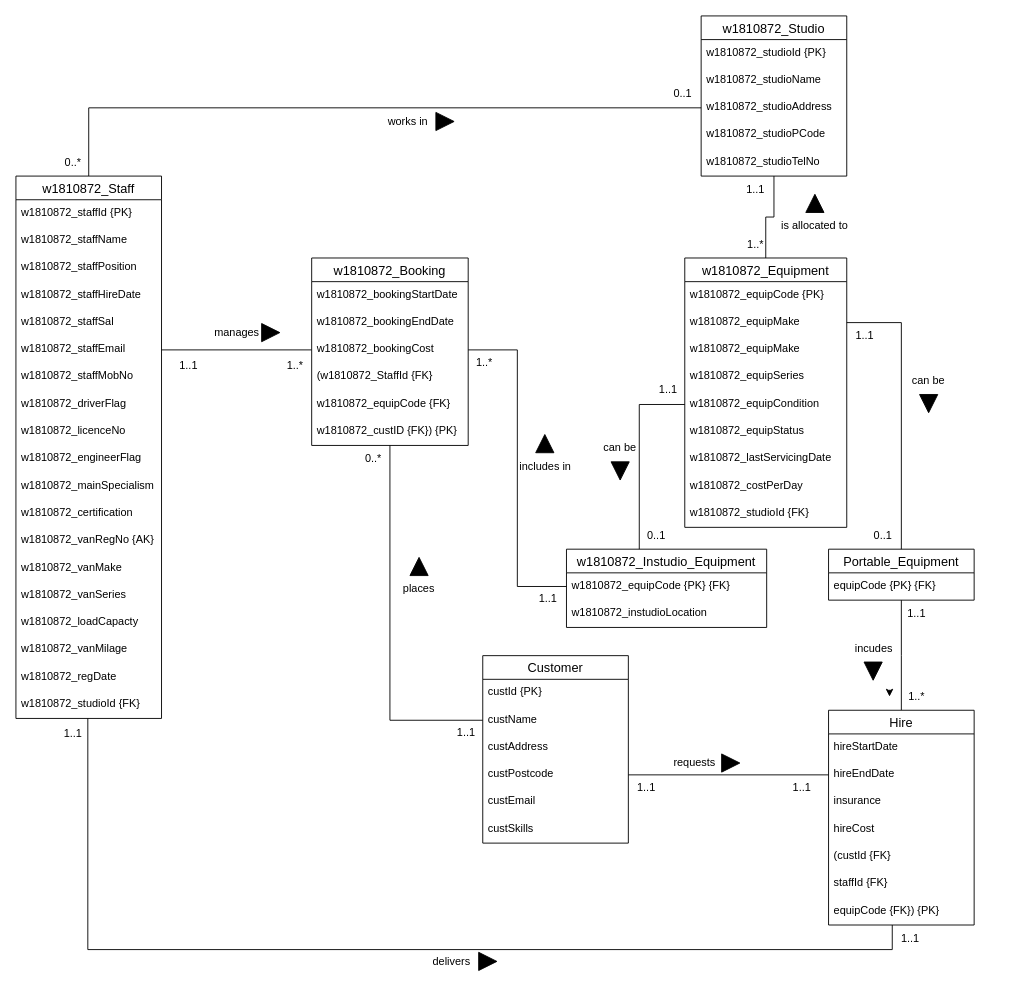
Above: Part B/Part_B.drawio in ChitharaKarunasekera/DatabaseSystemsCoursework (draw.io), before the change. Source tidied: cells renumbered, new cells numbered last; positions are measured from the earlier drawing's top-left corner, leaving out a move shared by most shapes. Both pictures are drawn from the tidied source at 91%, with x=0, y=0 at pixel (15, 15).
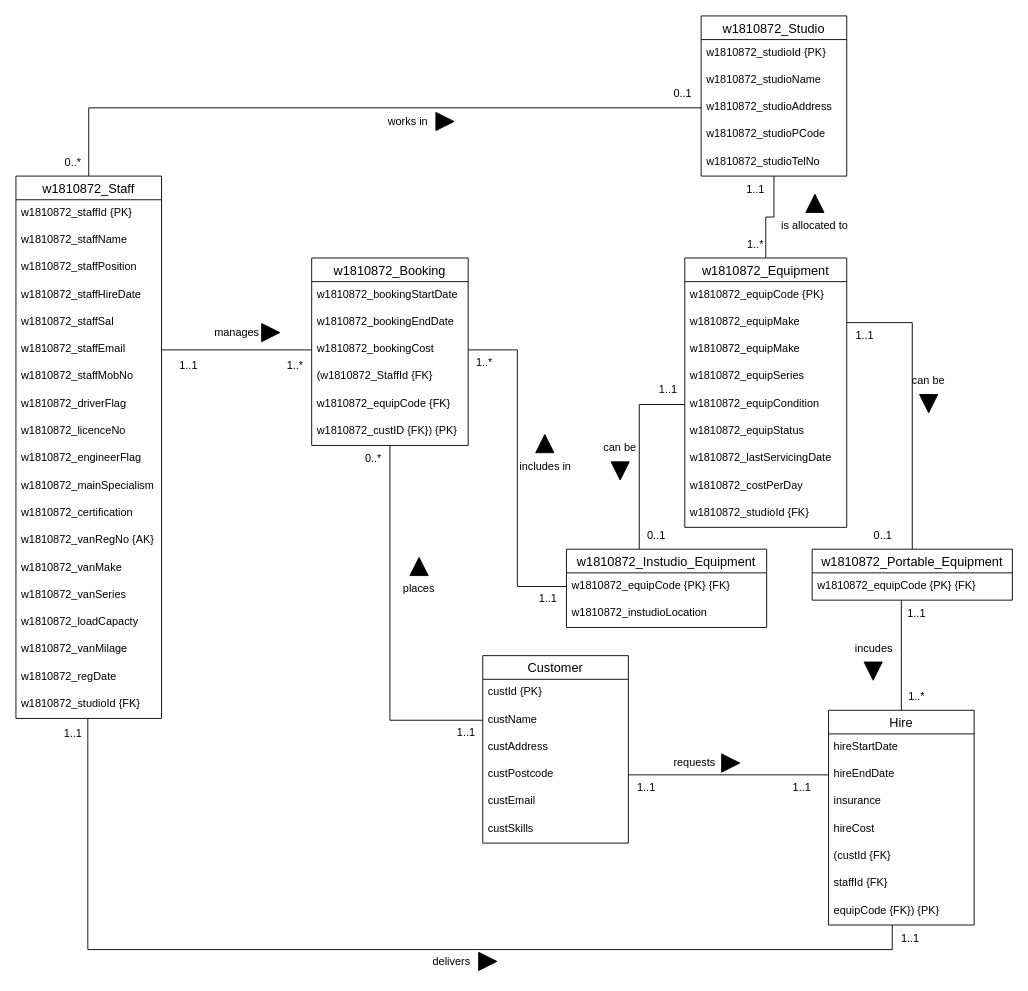
The same page after the edit.

Commit message:
portable quip stdID

The change refers to these unchanged cells:
```xml
<mxCell id="88" value="1..*" style="text;html=1;strokeColor=none;fillColor=none;align=center;verticalAlign=middle;whiteSpace=wrap;rounded=0;" parent="1" vertex="1">
  <mxGeometry x="960" y="733" width="60" height="30" as="geometry" />
</mxCell>
```

Diff of the diagram source:
```diff
@@
-    <mxCell id="37" value="Portable_Equipment" style="swimlane;fontStyle=0;horizontal=1;startSize=26;align=center;fontSize=14;fontColor=#000000;" parent="1" vertex="1">
-      <mxGeometry x="893" y="586" width="160" height="56" as="geometry" />
+    <mxCell id="37" value="w1810872_Portable_Equipment" style="swimlane;fontStyle=0;horizontal=1;startSize=26;align=center;fontSize=14;fontColor=#000000;" parent="1" vertex="1">
+      <mxGeometry x="875" y="586" width="220" height="56" as="geometry" />
     </mxCell>
-    <mxCell id="38" value="equipCode {PK} {FK}" style="text;strokeColor=none;fillColor=none;spacingLeft=4;spacingRight=4;overflow=hidden;fontSize=12;fontColor=#000000;" parent="37" vertex="1">
-      <mxGeometry y="26" width="160" height="30" as="geometry" />
+    <mxCell id="38" value="w1810872_equipCode {PK} {FK}" style="text;strokeColor=none;fillColor=none;spacingLeft=4;spacingRight=4;overflow=hidden;fontSize=12;fontColor=#000000;" parent="37" vertex="1">
+      <mxGeometry y="26" width="220" height="30" as="geometry" />
     </mxCell>
@@
-    <mxCell id="115" style="edgeStyle=orthogonalEdgeStyle;rounded=0;orthogonalLoop=1;jettySize=auto;html=1;exitX=0;exitY=0.25;exitDx=0;exitDy=0;entryX=0;entryY=0.5;entryDx=0;entryDy=0;" parent="1" edge="1" source="88" target="88">
-      <mxGeometry relative="1" as="geometry" />
-    </mxCell>
```
